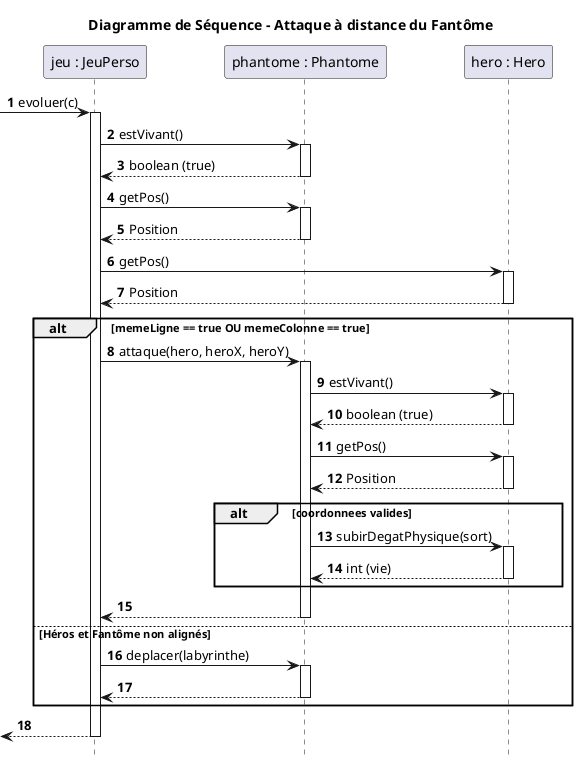
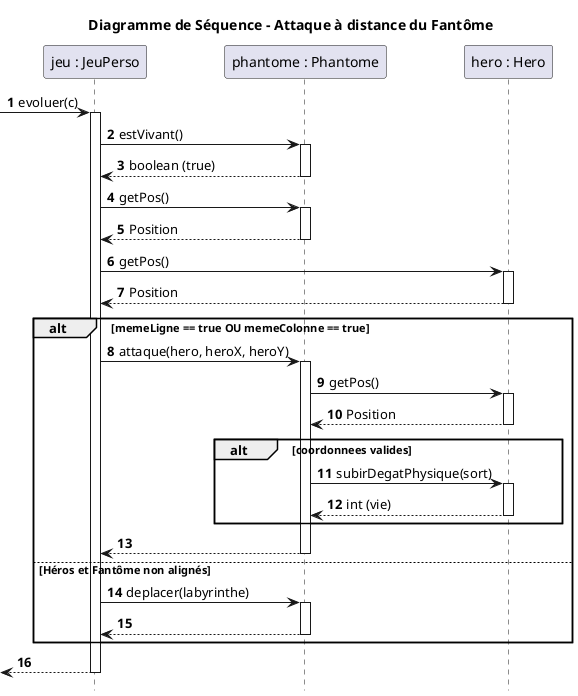

@startuml
autonumber
hide footbox
title Diagramme de Séquence - Attaque à distance du Fantôme

participant "jeu : JeuPerso" as jeu
participant "phantome : Phantome" as phantome
participant "hero : Hero" as hero

-> jeu : evoluer(c)
activate jeu

' Vérification si le fantôme est vivant
jeu -> phantome : estVivant()
activate phantome
phantome --> jeu : boolean (true)
deactivate phantome

' Récupération des positions pour voir s'ils sont alignés
jeu -> phantome : getPos()
activate phantome
phantome --> jeu : Position
deactivate phantome

jeu -> hero : getPos()
activate hero
hero --> jeu : Position
deactivate hero

alt memeLigne == true OU memeColonne == true
    ' S'ils sont alignés, le fantôme lance son attaque
    jeu -> phantome : attaque(hero, heroX, heroY)
    activate phantome

-     phantome -> hero : estVivant()
-     activate hero
-     hero --> phantome : boolean (true)
-     deactivate hero
+ 

    phantome -> hero : getPos()
    activate hero
    hero --> phantome : Position
    deactivate hero

    alt coordonnees valides
        ' Le héros subit les dégâts
        phantome -> hero : subirDegatPhysique(sort)
        activate hero
        hero --> phantome : int (vie)
        deactivate hero
    end

    jeu <-- phantome
    deactivate phantome

else Héros et Fantôme non alignés
    ' Sinon, le fantôme se déplace aléatoirement
    jeu -> phantome : deplacer(labyrinthe)
    activate phantome
    jeu <-- phantome
    deactivate phantome
end

<-- jeu
deactivate jeu
@enduml